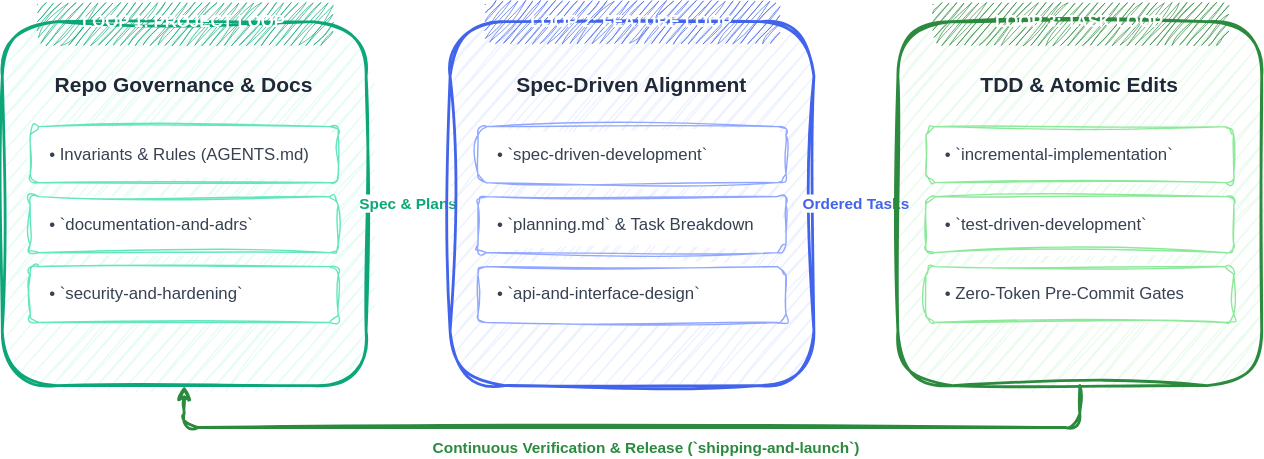
Earlier version of the draw.io export public/diagrams/three-loop-harness.svg (samuelek25k/samuelj90.github.io). Source tidied: cells renumbered, new cells last; positions are measured from the earlier drawing's top-left corner, leaving out a move shared by most shapes.
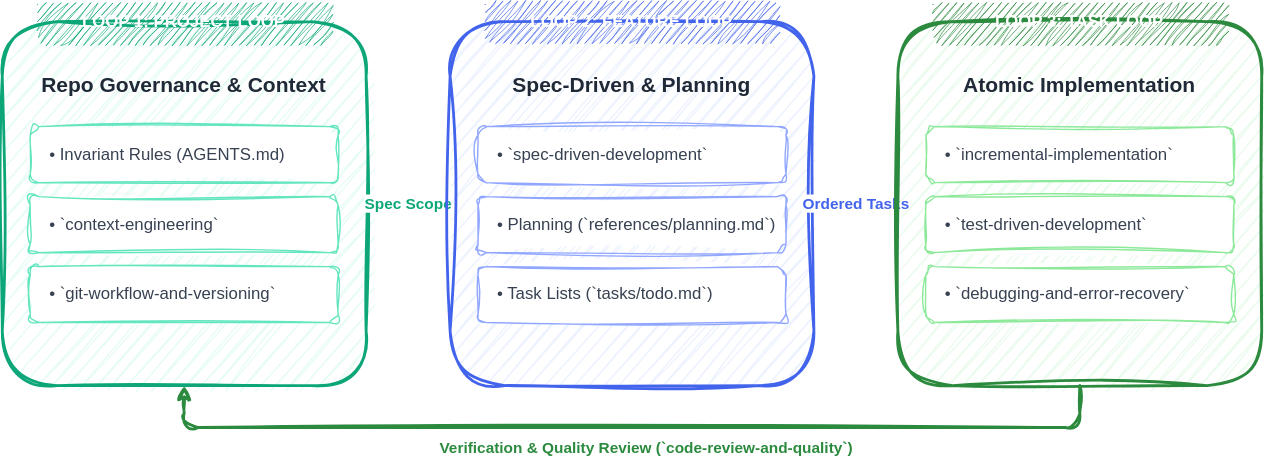
After the commit.

Commit message:
feat(diagrams): align three-loop harness diagram with newly pinned 7 core skills

Diff of the diagram source:
```diff
@@ -8,19 +8,19 @@
     <mxCell id="3" value="LOOP 1: PROJECT LOOP" style="rounded=1;whiteSpace=wrap;html=1;sketch=1;curveFitting=1;jiggle=2;fillColor=#0ca678;strokeColor=none;fontColor=#ffffff;fontStyle=1;fontSize=12;fontFamily=Helvetica;" parent="1" vertex="1">
       <mxGeometry x="25" width="210" height="30" as="geometry" />
     </mxCell>
-    <mxCell id="4" value="&lt;b&gt;Repo Governance &amp; Docs&lt;/b&gt;" style="text;html=1;strokeColor=none;fillColor=none;align=center;verticalAlign=middle;whiteSpace=wrap;rounded=0;fontSize=15;fontFamily=Helvetica;fontColor=#1f2937;" parent="1" vertex="1">
+    <mxCell id="4" value="&lt;b&gt;Repo Governance &amp; Context&lt;/b&gt;" style="text;html=1;strokeColor=none;fillColor=none;align=center;verticalAlign=middle;whiteSpace=wrap;rounded=0;fontSize=15;fontFamily=Helvetica;fontColor=#1f2937;" parent="1" vertex="1">
       <mxGeometry x="20" y="45" width="220" height="30" as="geometry" />
     </mxCell>
-    <mxCell id="5" value="• Invariants &amp; Rules (AGENTS.md)" style="rounded=1;whiteSpace=wrap;html=1;sketch=1;curveFitting=1;jiggle=2;fillColor=#ffffff;strokeColor=#63e6be;fontSize=12;align=left;spacingLeft=12;fontFamily=Helvetica;fontColor=#374151;" parent="1" vertex="1">
+    <mxCell id="5" value="• Invariant Rules (AGENTS.md)" style="rounded=1;whiteSpace=wrap;html=1;sketch=1;curveFitting=1;jiggle=2;fillColor=#ffffff;strokeColor=#63e6be;fontSize=12;align=left;spacingLeft=12;fontFamily=Helvetica;fontColor=#374151;" parent="1" vertex="1">
       <mxGeometry x="20" y="90" width="220" height="40" as="geometry" />
     </mxCell>
-    <mxCell id="6" value="• `documentation-and-adrs`" style="rounded=1;whiteSpace=wrap;html=1;sketch=1;curveFitting=1;jiggle=2;fillColor=#ffffff;strokeColor=#63e6be;fontSize=12;align=left;spacingLeft=12;fontFamily=Helvetica;fontColor=#374151;" parent="1" vertex="1">
+    <mxCell id="6" value="• `context-engineering`" style="rounded=1;whiteSpace=wrap;html=1;sketch=1;curveFitting=1;jiggle=2;fillColor=#ffffff;strokeColor=#63e6be;fontSize=12;align=left;spacingLeft=12;fontFamily=Helvetica;fontColor=#374151;" parent="1" vertex="1">
       <mxGeometry x="20" y="140" width="220" height="40" as="geometry" />
     </mxCell>
-    <mxCell id="7" value="• `security-and-hardening`" style="rounded=1;whiteSpace=wrap;html=1;sketch=1;curveFitting=1;jiggle=2;fillColor=#ffffff;strokeColor=#63e6be;fontSize=12;align=left;spacingLeft=12;fontFamily=Helvetica;fontColor=#374151;" parent="1" vertex="1">
+    <mxCell id="7" value="• `git-workflow-and-versioning`" style="rounded=1;whiteSpace=wrap;html=1;sketch=1;curveFitting=1;jiggle=2;fillColor=#ffffff;strokeColor=#63e6be;fontSize=12;align=left;spacingLeft=12;fontFamily=Helvetica;fontColor=#374151;" parent="1" vertex="1">
       <mxGeometry x="20" y="190" width="220" height="40" as="geometry" />
     </mxCell>
-    <mxCell id="8" value="&lt;b&gt;Spec &amp; Plans&lt;/b&gt;" style="edgeStyle=orthogonalEdgeStyle;rounded=1;jettySize=auto;html=1;strokeColor=#0ca678;strokeWidth=2.5;sketch=1;curveFitting=1;jiggle=2;fontColor=#0ca678;fontSize=11;fontFamily=Helvetica;" parent="1" edge="1" source="2" target="9">
+    <mxCell id="8" value="&lt;b&gt;Spec Scope&lt;/b&gt;" style="edgeStyle=orthogonalEdgeStyle;rounded=1;jettySize=auto;html=1;strokeColor=#0ca678;strokeWidth=2.5;sketch=1;curveFitting=1;jiggle=2;fontColor=#0ca678;fontSize=11;fontFamily=Helvetica;" parent="1" edge="1" source="2" target="9">
       <mxGeometry relative="1" as="geometry" />
     </mxCell>
     <mxCell id="9" style="rounded=1;whiteSpace=wrap;html=1;sketch=1;curveFitting=1;jiggle=2;fillColor=#edf2ff;strokeColor=#4263eb;strokeWidth=2;shadow=0;" parent="1" vertex="1">
@@ -29,16 +29,16 @@
     <mxCell id="10" value="LOOP 2: FEATURE LOOP" style="rounded=1;whiteSpace=wrap;html=1;sketch=1;curveFitting=1;jiggle=2;fillColor=#4263eb;strokeColor=none;fontColor=#ffffff;fontStyle=1;fontSize=12;fontFamily=Helvetica;" parent="1" vertex="1">
       <mxGeometry x="345" width="210" height="30" as="geometry" />
     </mxCell>
-    <mxCell id="11" value="&lt;b&gt;Spec-Driven Alignment&lt;/b&gt;" style="text;html=1;strokeColor=none;fillColor=none;align=center;verticalAlign=middle;whiteSpace=wrap;rounded=0;fontSize=15;fontFamily=Helvetica;fontColor=#1f2937;" parent="1" vertex="1">
+    <mxCell id="11" value="&lt;b&gt;Spec-Driven &amp; Planning&lt;/b&gt;" style="text;html=1;strokeColor=none;fillColor=none;align=center;verticalAlign=middle;whiteSpace=wrap;rounded=0;fontSize=15;fontFamily=Helvetica;fontColor=#1f2937;" parent="1" vertex="1">
       <mxGeometry x="340" y="45" width="220" height="30" as="geometry" />
     </mxCell>
     <mxCell id="12" value="• `spec-driven-development`" style="rounded=1;whiteSpace=wrap;html=1;sketch=1;curveFitting=1;jiggle=2;fillColor=#ffffff;strokeColor=#91a7ff;fontSize=12;align=left;spacingLeft=12;fontFamily=Helvetica;fontColor=#374151;" parent="1" vertex="1">
       <mxGeometry x="340" y="90" width="220" height="40" as="geometry" />
     </mxCell>
-    <mxCell id="13" value="• `planning.md` &amp; Task Breakdown" style="rounded=1;whiteSpace=wrap;html=1;sketch=1;curveFitting=1;jiggle=2;fillColor=#ffffff;strokeColor=#91a7ff;fontSize=12;align=left;spacingLeft=12;fontFamily=Helvetica;fontColor=#374151;" parent="1" vertex="1">
+    <mxCell id="13" value="• Planning (`references/planning.md`)" style="rounded=1;whiteSpace=wrap;html=1;sketch=1;curveFitting=1;jiggle=2;fillColor=#ffffff;strokeColor=#91a7ff;fontSize=12;align=left;spacingLeft=12;fontFamily=Helvetica;fontColor=#374151;" parent="1" vertex="1">
       <mxGeometry x="340" y="140" width="220" height="40" as="geometry" />
     </mxCell>
-    <mxCell id="14" value="• `api-and-interface-design`" style="rounded=1;whiteSpace=wrap;html=1;sketch=1;curveFitting=1;jiggle=2;fillColor=#ffffff;strokeColor=#91a7ff;fontSize=12;align=left;spacingLeft=12;fontFamily=Helvetica;fontColor=#374151;" parent="1" vertex="1">
+    <mxCell id="14" value="• Task Lists (`tasks/todo.md`)" style="rounded=1;whiteSpace=wrap;html=1;sketch=1;curveFitting=1;jiggle=2;fillColor=#ffffff;strokeColor=#91a7ff;fontSize=12;align=left;spacingLeft=12;fontFamily=Helvetica;fontColor=#374151;" parent="1" vertex="1">
       <mxGeometry x="340" y="190" width="220" height="40" as="geometry" />
     </mxCell>
     <mxCell id="15" value="&lt;b&gt;Ordered Tasks&lt;/b&gt;" style="edgeStyle=orthogonalEdgeStyle;rounded=1;jettySize=auto;html=1;strokeColor=#4263eb;strokeWidth=2.5;sketch=1;curveFitting=1;jiggle=2;fontColor=#4263eb;fontSize=11;fontFamily=Helvetica;" parent="1" edge="1" source="9" target="16">
@@ -50,7 +50,7 @@
     <mxCell id="17" value="LOOP 3: TASK LOOP" style="rounded=1;whiteSpace=wrap;html=1;sketch=1;curveFitting=1;jiggle=2;fillColor=#2b8a3e;strokeColor=none;fontColor=#ffffff;fontStyle=1;fontSize=12;fontFamily=Helvetica;" parent="1" vertex="1">
       <mxGeometry x="665" width="210" height="30" as="geometry" />
     </mxCell>
-    <mxCell id="18" value="&lt;b&gt;TDD &amp; Atomic Edits&lt;/b&gt;" style="text;html=1;strokeColor=none;fillColor=none;align=center;verticalAlign=middle;whiteSpace=wrap;rounded=0;fontSize=15;fontFamily=Helvetica;fontColor=#1f2937;" parent="1" vertex="1">
+    <mxCell id="18" value="&lt;b&gt;Atomic Implementation&lt;/b&gt;" style="text;html=1;strokeColor=none;fillColor=none;align=center;verticalAlign=middle;whiteSpace=wrap;rounded=0;fontSize=15;fontFamily=Helvetica;fontColor=#1f2937;" parent="1" vertex="1">
       <mxGeometry x="660" y="45" width="220" height="30" as="geometry" />
     </mxCell>
     <mxCell id="19" value="• `incremental-implementation`" style="rounded=1;whiteSpace=wrap;html=1;sketch=1;curveFitting=1;jiggle=2;fillColor=#ffffff;strokeColor=#8ce99a;fontSize=12;align=left;spacingLeft=12;fontFamily=Helvetica;fontColor=#374151;" parent="1" vertex="1">
@@ -59,10 +59,10 @@
     <mxCell id="20" value="• `test-driven-development`" style="rounded=1;whiteSpace=wrap;html=1;sketch=1;curveFitting=1;jiggle=2;fillColor=#ffffff;strokeColor=#8ce99a;fontSize=12;align=left;spacingLeft=12;fontFamily=Helvetica;fontColor=#374151;" parent="1" vertex="1">
       <mxGeometry x="660" y="140" width="220" height="40" as="geometry" />
     </mxCell>
-    <mxCell id="21" value="• Zero-Token Pre-Commit Gates" style="rounded=1;whiteSpace=wrap;html=1;sketch=1;curveFitting=1;jiggle=2;fillColor=#ffffff;strokeColor=#8ce99a;fontSize=12;align=left;spacingLeft=12;fontFamily=Helvetica;fontColor=#374151;" parent="1" vertex="1">
+    <mxCell id="21" value="• `debugging-and-error-recovery`" style="rounded=1;whiteSpace=wrap;html=1;sketch=1;curveFitting=1;jiggle=2;fillColor=#ffffff;strokeColor=#8ce99a;fontSize=12;align=left;spacingLeft=12;fontFamily=Helvetica;fontColor=#374151;" parent="1" vertex="1">
       <mxGeometry x="660" y="190" width="220" height="40" as="geometry" />
     </mxCell>
-    <mxCell id="22" value="&lt;b&gt;Continuous Verification &amp; Release (`shipping-and-launch`)&lt;/b&gt;" style="edgeStyle=orthogonalEdgeStyle;rounded=1;jettySize=auto;html=1;entryX=0.5;entryY=1;entryDx=0;entryDy=0;exitX=0.5;exitY=1;exitDx=0;exitDy=0;strokeColor=#2b8a3e;strokeWidth=2;strokeDasharray=4 4;sketch=1;curveFitting=1;jiggle=2;fontColor=#2b8a3e;fontSize=11;fontFamily=Helvetica;" parent="1" edge="1" source="16" target="2">
+    <mxCell id="22" value="&lt;b&gt;Verification &amp; Quality Review (`code-review-and-quality`)&lt;/b&gt;" style="edgeStyle=orthogonalEdgeStyle;rounded=1;jettySize=auto;html=1;entryX=0.5;entryY=1;entryDx=0;entryDy=0;exitX=0.5;exitY=1;exitDx=0;exitDy=0;strokeColor=#2b8a3e;strokeWidth=2;strokeDasharray=4 4;sketch=1;curveFitting=1;jiggle=2;fontColor=#2b8a3e;fontSize=11;fontFamily=Helvetica;" parent="1" edge="1" source="16" target="2">
       <mxGeometry x="-0.03" y="15" relative="1" as="geometry">
         <Array as="points">
           <mxPoint x="770" y="305" />
```
